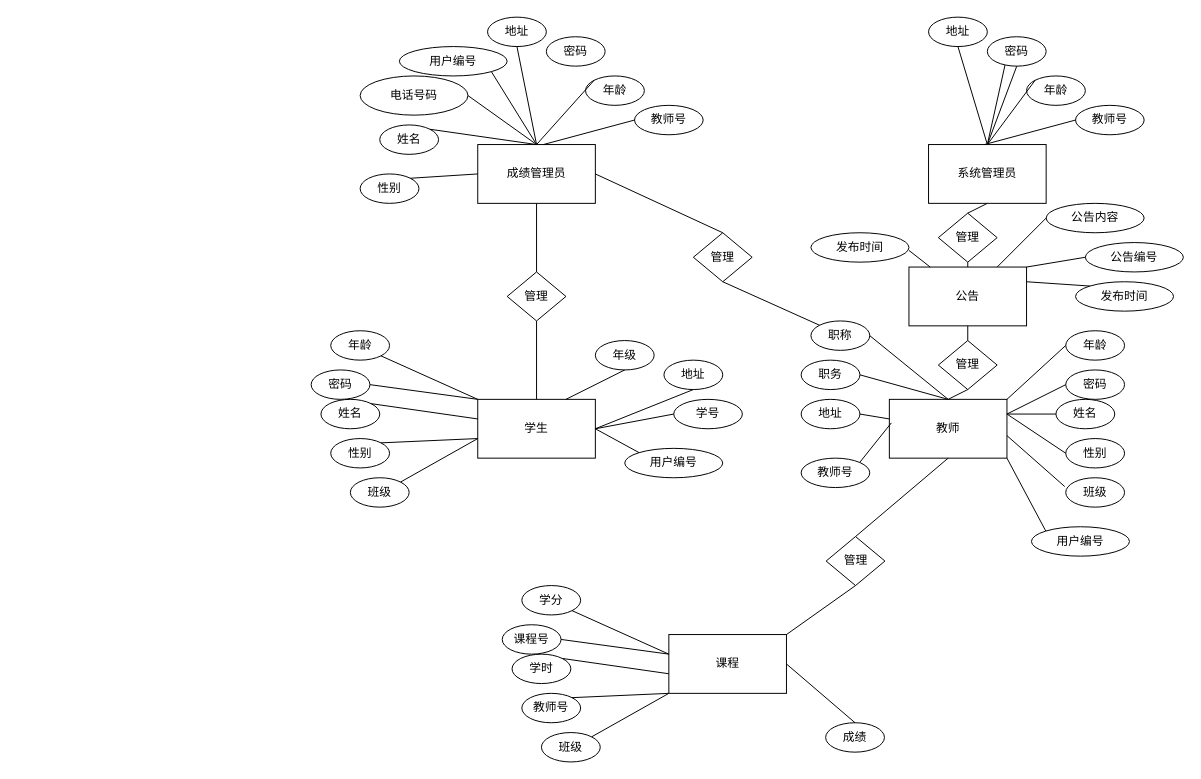
creazy412/none keeps this draw.io diagram as 系统E-R图.drawio. Above is the earlier version. Source tidied: cells renumbered, new cells numbered last; positions are measured from the earlier drawing's top-left corner, leaving out a move shared by most shapes. Both pictures are drawn from the tidied source at 98%, with x=0, y=0 at pixel (311, 17).
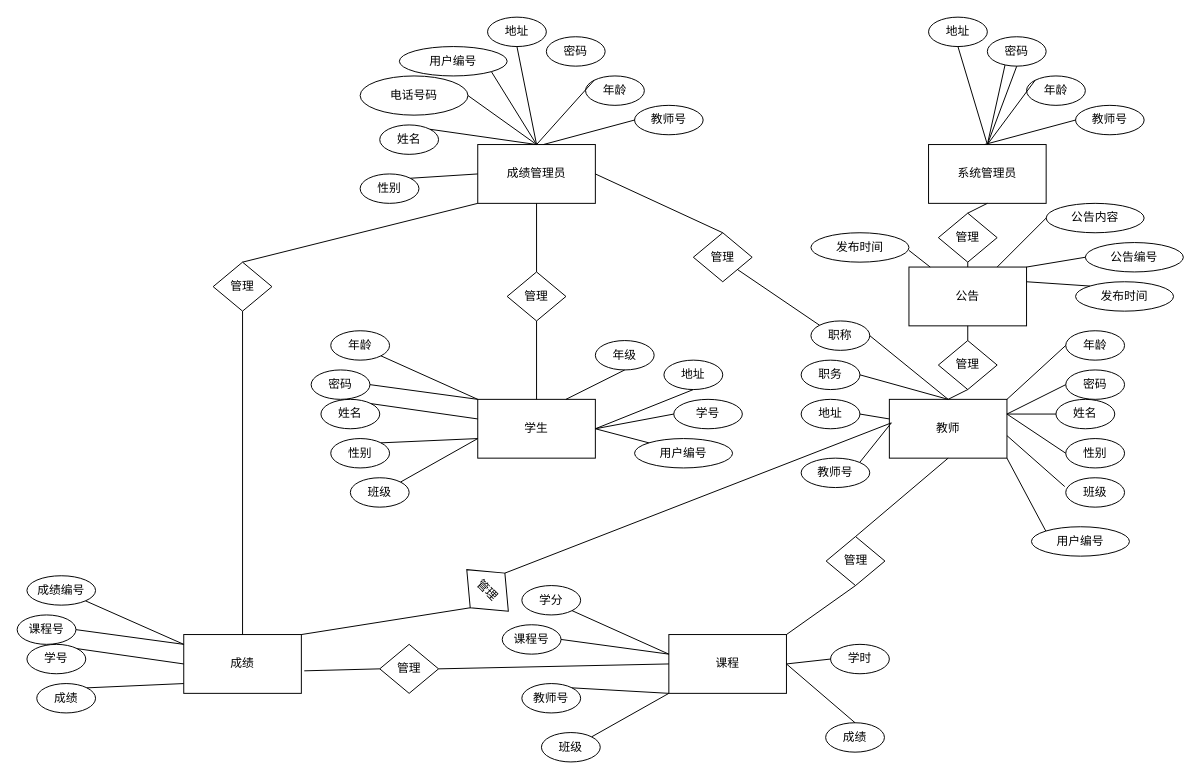
Above is the later version.

Commit message:
更新系统E-R图.drawio

Unchanged cells that the change refers to:
```xml
<mxCell id="2" value="成绩管理员" style="rounded=0;whiteSpace=wrap;html=1;" parent="1" vertex="1">
  <mxGeometry x="170" y="130" width="120" height="60" as="geometry" />
</mxCell>
<mxCell id="4" value="教师" style="rounded=0;whiteSpace=wrap;html=1;" parent="1" vertex="1">
  <mxGeometry x="590" y="390" width="120" height="60" as="geometry" />
</mxCell>
<mxCell id="61" value="职称" style="ellipse;whiteSpace=wrap;html=1;" parent="1" vertex="1">
  <mxGeometry x="510" y="310" width="60" height="30" as="geometry" />
</mxCell>
<mxCell id="67" value="管理" style="rhombus;whiteSpace=wrap;html=1;" parent="1" vertex="1">
  <mxGeometry x="390" y="220" width="60" height="50" as="geometry" />
</mxCell>
<mxCell id="72" value="课程" style="rounded=0;whiteSpace=wrap;html=1;" parent="1" vertex="1">
  <mxGeometry x="365" y="630" width="120" height="60" as="geometry" />
</mxCell>
```

Change to the diagram source:
```diff
@@
     <mxCell id="27" value="用户编号" style="ellipse;whiteSpace=wrap;html=1;" parent="1" vertex="1">
-      <mxGeometry x="320" y="440" width="100" height="30" as="geometry" />
+      <mxGeometry x="330" y="430" width="100" height="30" as="geometry" />
     </mxCell>
@@
-    <mxCell id="71" style="endArrow=none;html=1;rounded=0;entryX=0.5;entryY=1;entryDx=0;entryDy=0;exitX=0;exitY=0;exitDx=0;exitDy=0;" parent="1" edge="1" source="61" target="67">
+    <mxCell id="71" style="endArrow=none;html=1;rounded=0;entryX=1;entryY=1;entryDx=0;entryDy=0;exitX=0;exitY=0;exitDx=0;exitDy=0;" parent="1" edge="1" source="61" target="67">
       <mxGeometry relative="1" as="geometry" />
     </mxCell>
@@
     <mxCell id="73" value="学时" style="ellipse;whiteSpace=wrap;html=1;" parent="1" vertex="1">
-      <mxGeometry x="205" y="650" width="60" height="30" as="geometry" />
+      <mxGeometry x="530" y="640" width="60" height="30" as="geometry" />
     </mxCell>
-    <mxCell id="74" style="endArrow=none;html=1;rounded=0;entryX=1;entryY=0;entryDx=0;entryDy=0;" parent="1" edge="1" target="73">
-      <mxGeometry relative="1" as="geometry">
-        <mxPoint x="365" y="670" as="sourcePoint" />
-      </mxGeometry>
+    <mxCell id="74" style="endArrow=none;html=1;rounded=0;entryX=0;entryY=0.5;entryDx=0;entryDy=0;exitX=1;exitY=0.5;exitDx=0;exitDy=0;" parent="1" edge="1" source="72" target="73">
+      <mxGeometry relative="1" as="geometry" />
     </mxCell>
     <mxCell id="75" value="教师号" style="ellipse;whiteSpace=wrap;html=1;" parent="1" vertex="1">
-      <mxGeometry x="215" y="690" width="60" height="30" as="geometry" />
+      <mxGeometry x="215" y="680" width="60" height="30" as="geometry" />
     </mxCell>
@@
+    <mxCell id="105" value="成绩" style="rounded=0;whiteSpace=wrap;html=1;" parent="1" vertex="1">
+      <mxGeometry x="-130" y="630" width="120" height="60" as="geometry" />
+    </mxCell>
+    <mxCell id="106" value="学号" style="ellipse;whiteSpace=wrap;html=1;" parent="1" vertex="1">
+      <mxGeometry x="-290" y="640" width="60" height="30" as="geometry" />
+    </mxCell>
+    <mxCell id="107" style="endArrow=none;html=1;rounded=0;entryX=1;entryY=0;entryDx=0;entryDy=0;" parent="1" edge="1" target="106">
+      <mxGeometry relative="1" as="geometry">
+        <mxPoint x="-130" y="660" as="sourcePoint" />
+      </mxGeometry>
+    </mxCell>
+    <mxCell id="108" value="成绩" style="ellipse;whiteSpace=wrap;html=1;" parent="1" vertex="1">
+      <mxGeometry x="-280" y="680" width="60" height="30" as="geometry" />
+    </mxCell>
+    <mxCell id="109" style="endArrow=none;html=1;rounded=0;entryX=1;entryY=0;entryDx=0;entryDy=0;exitX=0;exitY=0.5;exitDx=0;exitDy=0;" parent="1" edge="1" target="108">
+      <mxGeometry relative="1" as="geometry">
+        <mxPoint x="-130" y="680" as="sourcePoint" />
+      </mxGeometry>
+    </mxCell>
+    <mxCell id="110" value="课程号" style="ellipse;whiteSpace=wrap;html=1;" parent="1" vertex="1">
+      <mxGeometry x="-300" y="610" width="60" height="30" as="geometry" />
+    </mxCell>
+    <mxCell id="111" value="成绩编号" style="ellipse;whiteSpace=wrap;html=1;" parent="1" vertex="1">
+      <mxGeometry x="-290" y="570" width="70" height="30" as="geometry" />
+    </mxCell>
+    <mxCell id="112" style="endArrow=none;html=1;rounded=0;entryX=1;entryY=0.5;entryDx=0;entryDy=0;exitX=0;exitY=0;exitDx=0;exitDy=0;" parent="1" edge="1" target="110">
+      <mxGeometry relative="1" as="geometry">
+        <mxPoint x="-130" y="640" as="sourcePoint" />
+      </mxGeometry>
+    </mxCell>
+    <mxCell id="113" style="endArrow=none;html=1;rounded=0;entryX=1;entryY=1;entryDx=0;entryDy=0;exitX=0;exitY=0;exitDx=0;exitDy=0;" parent="1" edge="1" target="111">
+      <mxGeometry relative="1" as="geometry">
+        <mxPoint x="-130" y="640" as="sourcePoint" />
+      </mxGeometry>
+    </mxCell>
+    <mxCell id="114" value="管理" style="rhombus;whiteSpace=wrap;html=1;" parent="1" vertex="1">
+      <mxGeometry x="-100" y="250" width="60" height="50" as="geometry" />
+    </mxCell>
+    <mxCell id="115" style="endArrow=none;html=1;rounded=0;entryX=0;entryY=1;entryDx=0;entryDy=0;exitX=0.5;exitY=0;exitDx=0;exitDy=0;" parent="1" edge="1" source="114" target="2">
+      <mxGeometry relative="1" as="geometry">
+        <Array as="points">
+          <mxPoint x="-70" y="250" />
+        </Array>
+      </mxGeometry>
+    </mxCell>
+    <mxCell id="116" style="endArrow=none;html=1;rounded=0;entryX=0.5;entryY=1;entryDx=0;entryDy=0;exitX=0.5;exitY=0;exitDx=0;exitDy=0;" parent="1" edge="1" target="114">
+      <mxGeometry relative="1" as="geometry">
+        <mxPoint x="-70" y="630" as="sourcePoint" />
+      </mxGeometry>
+    </mxCell>
+    <mxCell id="117" value="管理" style="rhombus;whiteSpace=wrap;html=1;" parent="1" vertex="1">
+      <mxGeometry x="70" y="640" width="60" height="50" as="geometry" />
+    </mxCell>
+    <mxCell id="118" style="endArrow=none;html=1;rounded=0;entryX=0;entryY=0.5;entryDx=0;entryDy=0;exitX=1;exitY=0.5;exitDx=0;exitDy=0;" parent="1" edge="1" source="117" target="72">
+      <mxGeometry relative="1" as="geometry" />
+    </mxCell>
+    <mxCell id="119" style="endArrow=none;html=1;rounded=0;entryX=0;entryY=0.5;entryDx=0;entryDy=0;exitX=1.025;exitY=0.617;exitDx=0;exitDy=0;exitPerimeter=0;" parent="1" edge="1" source="105" target="117">
+      <mxGeometry relative="1" as="geometry" />
+    </mxCell>
+    <mxCell id="120" value="管理" style="rhombus;whiteSpace=wrap;html=1;rotation=45;" parent="1" vertex="1">
+      <mxGeometry x="150" y="560" width="60" height="50" as="geometry" />
+    </mxCell>
+    <mxCell id="121" style="endArrow=none;html=1;rounded=0;entryX=0.017;entryY=0.4;entryDx=0;entryDy=0;exitX=0.5;exitY=0;exitDx=0;exitDy=0;entryPerimeter=0;" parent="1" edge="1" source="120" target="4">
+      <mxGeometry relative="1" as="geometry" />
+    </mxCell>
+    <mxCell id="122" style="endArrow=none;html=1;rounded=0;entryX=0.5;entryY=1;entryDx=0;entryDy=0;exitX=1;exitY=0;exitDx=0;exitDy=0;" parent="1" edge="1" source="105" target="120">
+      <mxGeometry relative="1" as="geometry" />
+    </mxCell>
```
